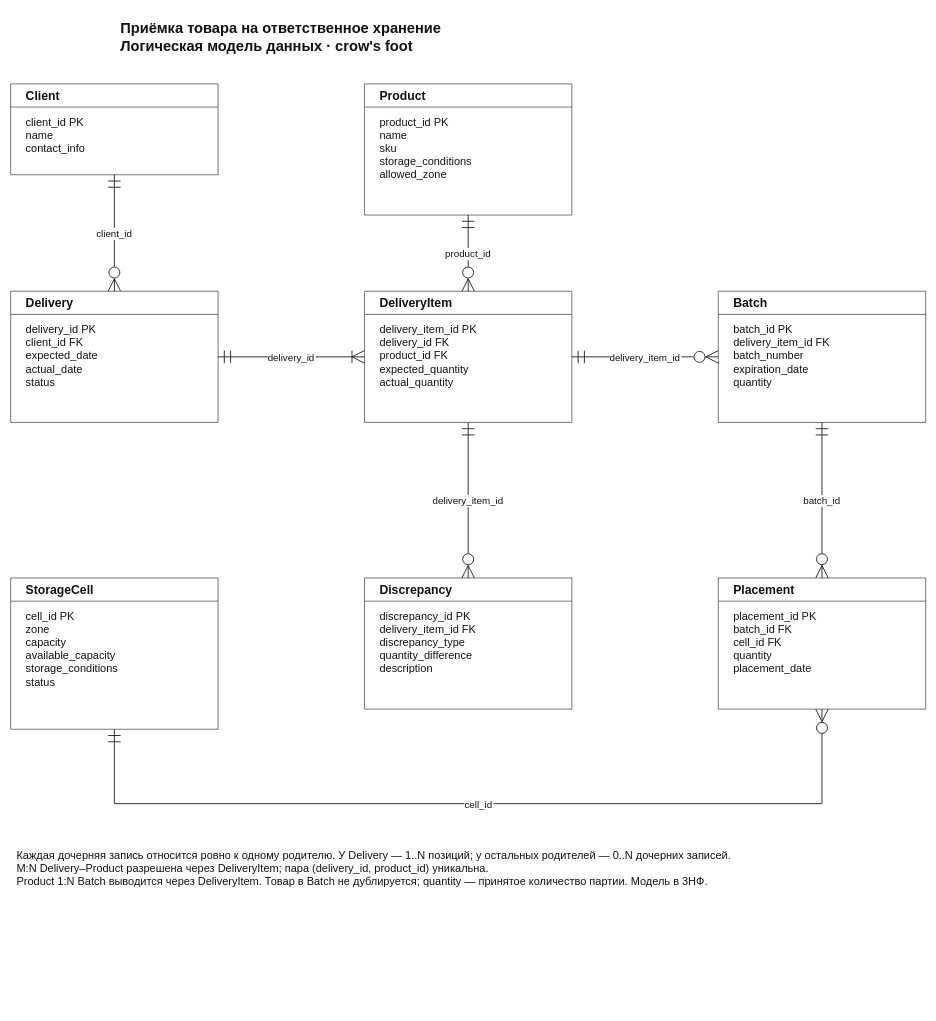
Above: models/er_logical.drawio in alex020160/warehouse-responsible-storage (draw.io), before the change. Source tidied: cells renumbered, new cells numbered last; positions are measured from the earlier drawing's top-left corner, leaving out a move shared by most shapes. Both pictures are drawn from the tidied source at 61%, with x=0, y=0 at pixel (10, 10).
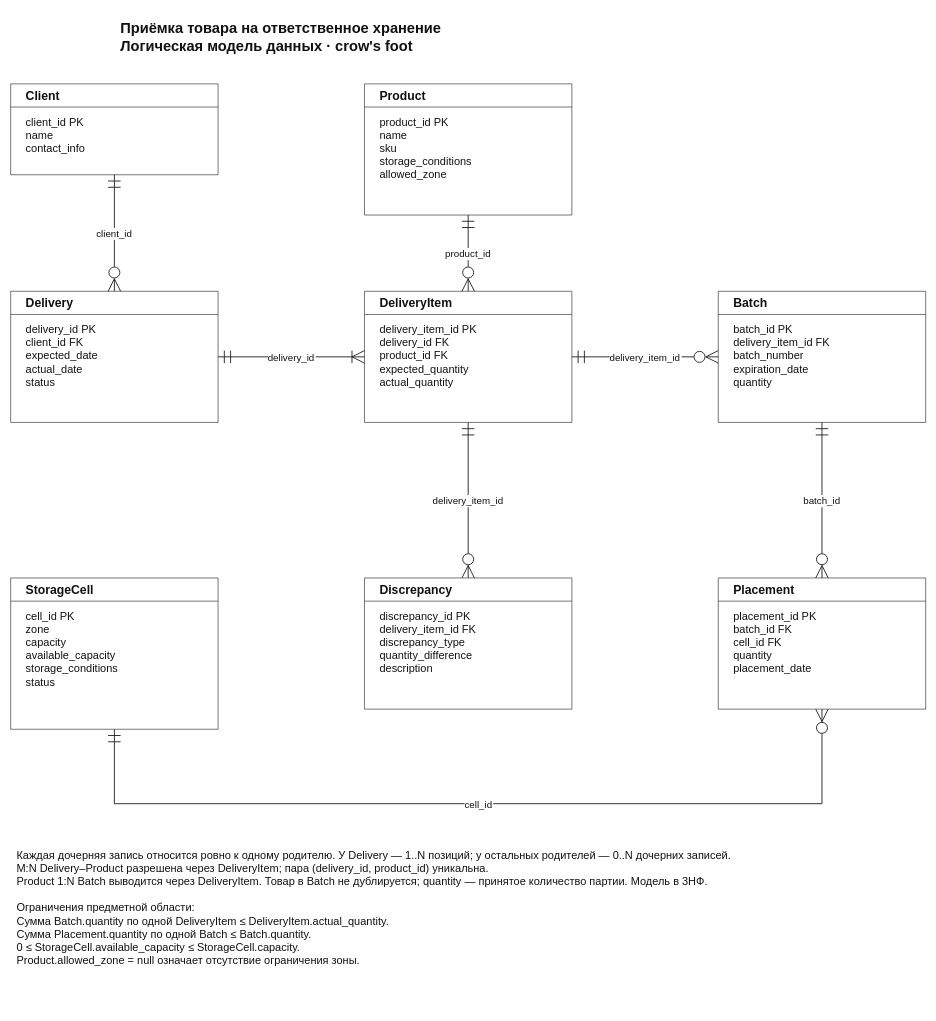
The same page after the edit.

Commit message (it also covers changes not shown here):
Repair flowchart connections and document model constraints

Diff of the diagram source:
```diff
@@
-    <mxCell id="26" value="Каждая дочерняя запись относится ровно к одному родителю. У Delivery — 1..N позиций; у остальных родителей — 0..N дочерних записей.&#10;M:N Delivery–Product разрешена через DeliveryItem; пара (delivery_id, product_id) уникальна.&#10;Product 1:N Batch выводится через DeliveryItem. Товар в Batch не дублируется; quantity — принятое количество партии. Модель в 3НФ." style="text;strokeColor=none;fillColor=none;whiteSpace=wrap;html=0;fontFamily=Arial;fontSize=17;fontColor=#111111;strokeColor=#222222;fillColor=#ffffff;spacing=10;fontSize=18;align=left;strokeColor=none;fillColor=none;" parent="1" vertex="1">
-      <mxGeometry y="1360" width="1500" height="120" as="geometry" />
+    <mxCell id="26" value="Каждая дочерняя запись относится ровно к одному родителю. У Delivery — 1..N позиций; у остальных родителей — 0..N дочерних записей.&#10;M:N Delivery–Product разрешена через DeliveryItem; пара (delivery_id, product_id) уникальна.&#10;Product 1:N Batch выводится через DeliveryItem. Товар в Batch не дублируется; quantity — принятое количество партии. Модель в 3НФ.&#10;&#10;Ограничения предметной области:&#10;Сумма Batch.quantity по одной DeliveryItem ≤ DeliveryItem.actual_quantity.&#10;Сумма Placement.quantity по одной Batch ≤ Batch.quantity.&#10;0 ≤ StorageCell.available_capacity ≤ StorageCell.capacity.&#10;Product.allowed_zone = null означает отсутствие ограничения зоны." style="text;strokeColor=none;fillColor=none;whiteSpace=wrap;html=0;fontFamily=Arial;fontSize=17;fontColor=#111111;strokeColor=#222222;fillColor=#ffffff;spacing=10;fontSize=18;align=left;strokeColor=none;fillColor=none;" parent="1" vertex="1">
+      <mxGeometry y="1360" width="1500" height="280" as="geometry" />
     </mxCell>
```
